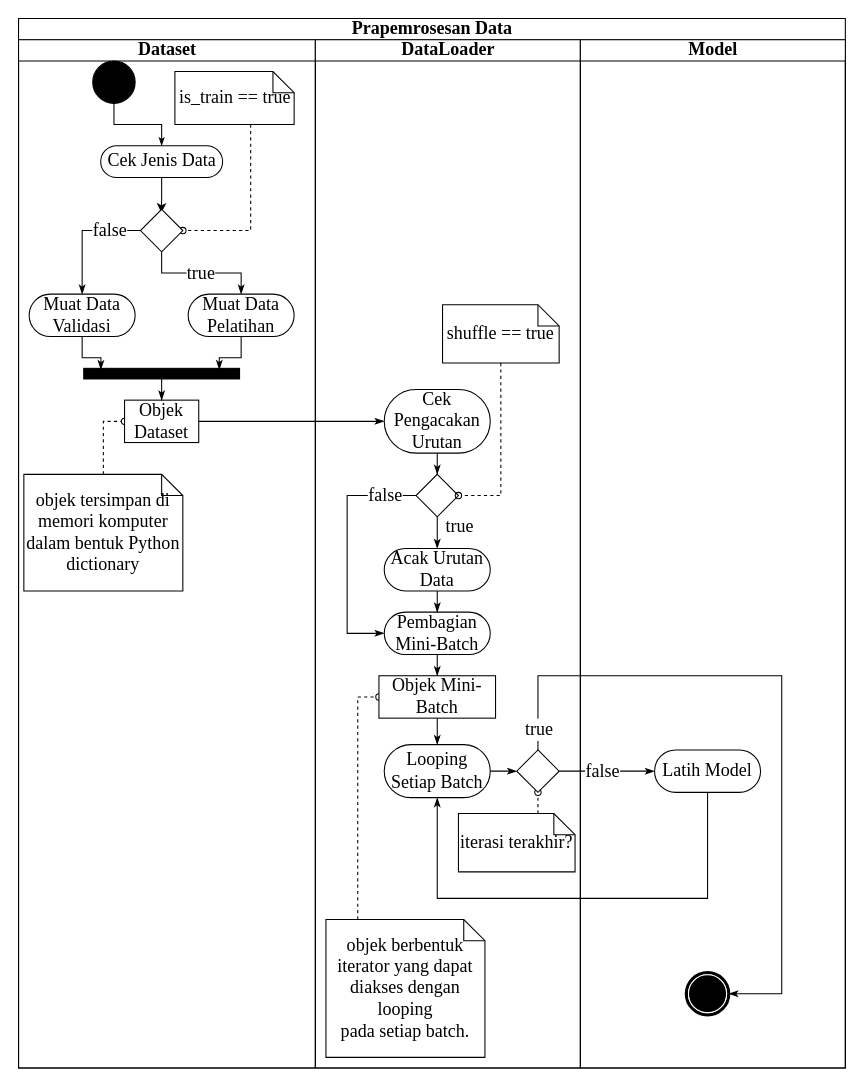
This is bab3/gambar/act_diagram.drawio from denilson020898/skripsi, a draw.io file, before an edit. Source tidied: cells renumbered, new cells numbered last; positions are measured from the earlier drawing's top-left corner, leaving out a move shared by most shapes. Both pictures are drawn from the tidied source at 106%, with x=0, y=0 at pixel (18, 18).
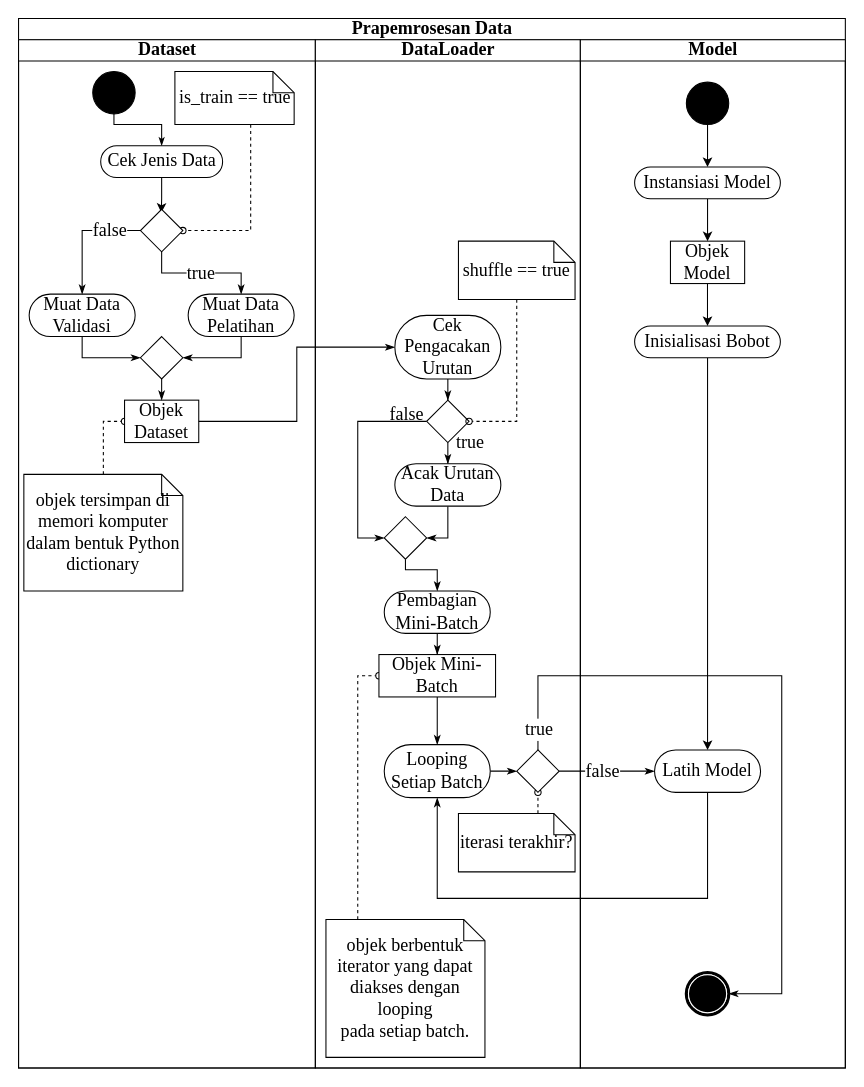
After the change.

The change refers to these unchanged cells:
```xml
<mxCell id="2" value="Prapemrosesan Data" style="swimlane;html=1;startSize=20;rounded=0;shadow=0;comic=0;labelBackgroundColor=none;strokeWidth=1;fontFamily=Times New Roman;fontSize=17;align=center;" parent="1" vertex="1">
  <mxGeometry width="780" height="990" as="geometry" />
</mxCell>
<mxCell id="3" value="Dataset" style="swimlane;html=1;startSize=20;fontFamily=Times New Roman;fontSize=17;" parent="2" vertex="1">
  <mxGeometry y="20" width="280" height="970" as="geometry" />
</mxCell>
<mxCell id="5" value="Muat Data Validasi" style="rounded=1;whiteSpace=wrap;html=1;shadow=0;comic=0;labelBackgroundColor=none;strokeWidth=1;fontFamily=Times New Roman;fontSize=17;align=center;arcSize=50;" parent="3" vertex="1">
  <mxGeometry x="10" y="240" width="100" height="40" as="geometry" />
</mxCell>
<mxCell id="12" value="Objek Dataset" style="rounded=0;whiteSpace=wrap;html=1;shadow=0;comic=0;labelBackgroundColor=none;strokeWidth=1;fontFamily=Times New Roman;fontSize=17;align=center;arcSize=50;" parent="3" vertex="1">
  <mxGeometry x="100" y="340" width="70" height="40" as="geometry" />
</mxCell>
<mxCell id="21" value="Cek Jenis Data" style="rounded=1;whiteSpace=wrap;html=1;shadow=0;comic=0;labelBackgroundColor=none;strokeWidth=1;fontFamily=Times New Roman;fontSize=17;align=center;arcSize=50;" parent="3" vertex="1">
  <mxGeometry x="77.5" y="100" width="115" height="30" as="geometry" />
</mxCell>
<mxCell id="23" value="Muat Data Pelatihan" style="rounded=1;whiteSpace=wrap;html=1;shadow=0;comic=0;labelBackgroundColor=none;strokeWidth=1;fontFamily=Times New Roman;fontSize=17;align=center;arcSize=50;" parent="3" vertex="1">
  <mxGeometry x="160" y="240" width="100" height="40" as="geometry" />
</mxCell>
<mxCell id="24" value="DataLoader" style="swimlane;html=1;startSize=20;fontFamily=Times New Roman;fontSize=17;" parent="2" vertex="1">
  <mxGeometry x="280" y="20" width="250" height="970" as="geometry" />
</mxCell>
<mxCell id="29" value="&lt;div style=&quot;font-size: 17px;&quot;&gt;objek berbentuk iterator yang dapat diakses dengan looping&lt;/div&gt;&lt;div style=&quot;font-size: 17px;&quot;&gt;pada setiap batch.&lt;br style=&quot;font-size: 17px;&quot;&gt;&lt;/div&gt;" style="shape=note;whiteSpace=wrap;html=1;rounded=0;shadow=0;comic=0;labelBackgroundColor=none;strokeWidth=1;fontFamily=Times New Roman;fontSize=17;align=center;size=20;" parent="24" vertex="1">
  <mxGeometry x="10" y="830" width="150" height="130" as="geometry" />
</mxCell>
<mxCell id="31" style="edgeStyle=orthogonalEdgeStyle;rounded=0;jettySize=auto;html=1;endArrow=classicThin;endFill=1;fontFamily=Times New Roman;fontSize=17;" parent="24" edge="1" source="33" target="35">
  <mxGeometry relative="1" as="geometry" />
</mxCell>
<mxCell id="43" value="iterasi terakhir?" style="shape=note;whiteSpace=wrap;html=1;rounded=0;shadow=0;comic=0;labelBackgroundColor=none;strokeWidth=1;fontFamily=Times New Roman;fontSize=17;align=center;size=20;" parent="24" vertex="1">
  <mxGeometry x="135" y="730" width="110" height="55" as="geometry" />
</mxCell>
<mxCell id="44" style="rhombus;whiteSpace=wrap;html=1;fontFamily=Times New Roman;fontSize=17;" parent="24" vertex="1">
  <mxGeometry x="190" y="670" width="40" height="40" as="geometry" />
</mxCell>
<mxCell id="52" value="Model" style="swimlane;html=1;startSize=20;fontFamily=Times New Roman;fontSize=17;" parent="2" vertex="1">
  <mxGeometry x="530" y="20" width="250" height="970" as="geometry" />
</mxCell>
<mxCell id="53" value="Latih Model" style="rounded=1;whiteSpace=wrap;html=1;shadow=0;comic=0;labelBackgroundColor=none;strokeWidth=1;fontFamily=Times New Roman;fontSize=17;align=center;arcSize=50;" parent="52" vertex="1">
  <mxGeometry x="70" y="670" width="100" height="40" as="geometry" />
</mxCell>
<mxCell id="54" style="shape=mxgraph.bpmn.shape;html=1;verticalLabelPosition=bottom;labelBackgroundColor=#ffffff;verticalAlign=top;perimeter=ellipsePerimeter;outline=end;symbol=terminate;rounded=0;shadow=0;comic=0;strokeWidth=1;fontFamily=Times New Roman;fontSize=17;align=center;" parent="52" vertex="1">
  <mxGeometry x="100" y="880" width="40" height="40" as="geometry" />
</mxCell>
```

The edit, as a diff of the source:
```diff
@@
-    <mxCell id="4" style="edgeStyle=orthogonalEdgeStyle;rounded=0;jettySize=auto;html=1;entryX=0.11;entryY=0.124;entryDx=0;entryDy=0;entryPerimeter=0;endArrow=classicThin;endFill=1;fontFamily=Times New Roman;fontSize=17;" parent="3" edge="1" source="5" target="19">
-      <mxGeometry relative="1" as="geometry" />
-    </mxCell>
+    <mxCell id="56" style="edgeStyle=orthogonalEdgeStyle;rounded=0;jettySize=auto;html=1;entryX=0;entryY=0.5;entryDx=0;entryDy=0;endArrow=classicThin;endFill=1;fontFamily=Times New Roman;" parent="3" edge="1" source="5" target="57">
+      <mxGeometry relative="1" as="geometry">
+        <Array as="points">
+          <mxPoint x="60" y="300" />
+        </Array>
+      </mxGeometry>
+    </mxCell>
@@
     <mxCell id="7" style="edgeStyle=orthogonalEdgeStyle;rounded=0;html=1;labelBackgroundColor=none;startArrow=none;startFill=0;startSize=5;endArrow=classicThin;endFill=1;endSize=5;jettySize=auto;strokeWidth=1;fontFamily=Times New Roman;fontSize=17;" parent="3" edge="1" source="11" target="21">
-      <mxGeometry relative="1" as="geometry" />
+      <mxGeometry relative="1" as="geometry">
+        <Array as="points">
+          <mxPoint x="90" y="80" />
+          <mxPoint x="135" y="80" />
+        </Array>
+      </mxGeometry>
     </mxCell>
@@
     <mxCell id="11" style="ellipse;whiteSpace=wrap;html=1;rounded=0;shadow=0;comic=0;labelBackgroundColor=none;strokeWidth=1;fillColor=#000000;fontFamily=Times New Roman;fontSize=17;align=center;" parent="3" vertex="1">
-      <mxGeometry x="70" y="20" width="40" height="40" as="geometry" />
+      <mxGeometry x="70" y="30" width="40" height="40" as="geometry" />
     </mxCell>
+    <mxCell id="57" style="rhombus;whiteSpace=wrap;html=1;fontFamily=Times New Roman;fontSize=17;" parent="3" vertex="1">
+      <mxGeometry x="115" y="280" width="40" height="40" as="geometry" />
+    </mxCell>
@@
-    <mxCell id="18" style="edgeStyle=orthogonalEdgeStyle;rounded=0;jettySize=auto;html=1;entryX=0.5;entryY=0;entryDx=0;entryDy=0;endArrow=classicThin;endFill=1;fontFamily=Times New Roman;fontSize=17;" parent="3" edge="1" source="19" target="12">
-      <mxGeometry relative="1" as="geometry" />
+    <mxCell id="18" style="edgeStyle=orthogonalEdgeStyle;rounded=0;jettySize=auto;html=1;entryX=0.5;entryY=0;entryDx=0;entryDy=0;endArrow=classicThin;endFill=1;fontFamily=Times New Roman;fontSize=17;" parent="3" edge="1" target="12">
+      <mxGeometry relative="1" as="geometry">
+        <mxPoint x="135" y="320" as="sourcePoint" />
+      </mxGeometry>
     </mxCell>
-    <mxCell id="19" style="whiteSpace=wrap;html=1;rounded=0;shadow=0;comic=0;labelBackgroundColor=none;strokeWidth=1;fillColor=#000000;fontFamily=Times New Roman;fontSize=17;align=center;rotation=0;" parent="3" vertex="1">
-      <mxGeometry x="61.5" y="310" width="147" height="10" as="geometry" />
-    </mxCell>
-    <mxCell id="20" style="edgeStyle=orthogonalEdgeStyle;rounded=0;jettySize=auto;html=1;entryX=0.87;entryY=0.124;entryDx=0;entryDy=0;entryPerimeter=0;endArrow=classicThin;endFill=1;fontFamily=Times New Roman;fontSize=17;" parent="3" edge="1" source="23" target="19">
-      <mxGeometry relative="1" as="geometry" />
-    </mxCell>
@@
+    <mxCell id="58" style="edgeStyle=orthogonalEdgeStyle;rounded=0;jettySize=auto;html=1;entryX=1;entryY=0.5;entryDx=0;entryDy=0;endArrow=classicThin;endFill=1;fontFamily=Times New Roman;" parent="3" edge="1" source="23" target="57">
+      <mxGeometry relative="1" as="geometry">
+        <Array as="points">
+          <mxPoint x="210" y="300" />
+        </Array>
+      </mxGeometry>
+    </mxCell>
@@
+    <mxCell id="47" style="edgeStyle=orthogonalEdgeStyle;rounded=0;jettySize=auto;html=1;entryX=0;entryY=0.5;entryDx=0;entryDy=0;endArrow=classicThin;endFill=1;fontFamily=Times New Roman;fontSize=17;" parent="2" edge="1" source="12" target="30">
+      <mxGeometry relative="1" as="geometry" />
+    </mxCell>
+    <mxCell id="48" style="edgeStyle=orthogonalEdgeStyle;rounded=0;jettySize=auto;html=1;endArrow=classicThin;endFill=1;fontFamily=Times New Roman;fontSize=17;" parent="2" edge="1" source="44" target="53">
+      <mxGeometry relative="1" as="geometry" />
+    </mxCell>
+    <mxCell id="49" value="false" style="edgeLabel;html=1;align=center;verticalAlign=middle;fontFamily=Times New Roman;fontSize=17;" parent="48" vertex="1">
+      <mxGeometry x="-0.2" y="3" relative="1" as="geometry">
+        <mxPoint x="4" y="3" as="offset" />
+      </mxGeometry>
+    </mxCell>
+    <mxCell id="50" style="edgeStyle=orthogonalEdgeStyle;rounded=0;jettySize=auto;html=1;entryX=1;entryY=0.5;entryDx=0;entryDy=0;endArrow=classicThin;endFill=1;fontFamily=Times New Roman;fontSize=17;" parent="2" edge="1" source="44" target="54">
+      <mxGeometry relative="1" as="geometry">
+        <Array as="points">
+          <mxPoint x="490" y="620" />
+          <mxPoint x="720" y="620" />
+          <mxPoint x="720" y="920" />
+        </Array>
+      </mxGeometry>
+    </mxCell>
+    <mxCell id="51" value="true" style="edgeLabel;html=1;align=center;verticalAlign=middle;fontFamily=Times New Roman;fontSize=17;" parent="50" vertex="1">
+      <mxGeometry x="-0.9" y="-1" relative="1" as="geometry">
+        <mxPoint x="-1" y="12.5" as="offset" />
+      </mxGeometry>
+    </mxCell>
@@
     <mxCell id="27" style="edgeStyle=orthogonalEdgeStyle;rounded=0;jettySize=auto;html=1;entryX=0;entryY=0.5;entryDx=0;entryDy=0;endArrow=oval;endFill=0;dashed=1;fontFamily=Times New Roman;fontSize=17;" parent="24" edge="1" source="29" target="39">
       <mxGeometry relative="1" as="geometry">
         <Array as="points">
-          <mxPoint x="40" y="620" />
+          <mxPoint x="40" y="600" />
         </Array>
       </mxGeometry>
     </mxCell>
@@
+    <mxCell id="46" value="false" style="edgeLabel;html=1;align=center;verticalAlign=middle;fontFamily=Times New Roman;fontSize=17;" parent="24" vertex="1">
+      <mxGeometry x="81.5" y="350" as="geometry">
+        <mxPoint x="4" y="3" as="offset" />
+      </mxGeometry>
+    </mxCell>
@@
-    <mxCell id="30" value="Cek Pengacakan Urutan" style="rounded=1;whiteSpace=wrap;html=1;shadow=0;comic=0;labelBackgroundColor=none;strokeWidth=1;fontFamily=Times New Roman;fontSize=17;align=center;arcSize=50;" parent="24" vertex="1">
-      <mxGeometry x="65" y="330" width="100" height="60" as="geometry" />
-    </mxCell>
@@
     <mxCell id="32" value="true" style="edgeLabel;html=1;align=center;verticalAlign=middle;fontFamily=Times New Roman;fontSize=17;" parent="31" vertex="1">
       <mxGeometry x="0.49" relative="1" as="geometry">
-        <mxPoint x="20" y="-7.1" as="offset" />
+        <mxPoint x="20" y="-4.8" as="offset" />
       </mxGeometry>
     </mxCell>
+    <mxCell id="59" style="edgeStyle=orthogonalEdgeStyle;rounded=0;jettySize=auto;html=1;entryX=0.5;entryY=0;entryDx=0;entryDy=0;endArrow=classicThin;endFill=1;fontFamily=Times New Roman;" parent="24" edge="1" source="60" target="38">
+      <mxGeometry relative="1" as="geometry">
+        <Array as="points">
+          <mxPoint x="85" y="500" />
+          <mxPoint x="115" y="500" />
+        </Array>
+      </mxGeometry>
+    </mxCell>
+    <mxCell id="60" style="rhombus;whiteSpace=wrap;html=1;fontFamily=Times New Roman;fontSize=17;" parent="24" vertex="1">
+      <mxGeometry x="65" y="450" width="40" height="40" as="geometry" />
+    </mxCell>
+    <mxCell id="38" value="Pembagian Mini-Batch" style="rounded=1;whiteSpace=wrap;html=1;shadow=0;comic=0;labelBackgroundColor=none;strokeWidth=1;fontFamily=Times New Roman;fontSize=17;align=center;arcSize=50;" parent="24" vertex="1">
+      <mxGeometry x="65" y="520" width="100" height="40" as="geometry" />
+    </mxCell>
+    <mxCell id="61" style="edgeStyle=orthogonalEdgeStyle;rounded=0;jettySize=auto;html=1;entryX=1;entryY=0.5;entryDx=0;entryDy=0;endArrow=classicThin;endFill=1;fontFamily=Times New Roman;" parent="24" edge="1" source="35" target="60">
+      <mxGeometry relative="1" as="geometry" />
+    </mxCell>
+    <mxCell id="39" value="Objek Mini-Batch" style="rounded=0;whiteSpace=wrap;html=1;shadow=0;comic=0;labelBackgroundColor=none;strokeWidth=1;fontFamily=Times New Roman;fontSize=17;align=center;arcSize=50;" parent="24" vertex="1">
+      <mxGeometry x="60" y="580" width="110" height="40" as="geometry" />
+    </mxCell>
+    <mxCell id="35" value="Acak Urutan Data" style="rounded=1;whiteSpace=wrap;html=1;shadow=0;comic=0;labelBackgroundColor=none;strokeWidth=1;fontFamily=Times New Roman;fontSize=17;align=center;arcSize=50;" parent="24" vertex="1">
+      <mxGeometry x="75" y="400" width="100" height="40" as="geometry" />
+    </mxCell>
+    <mxCell id="62" style="edgeStyle=orthogonalEdgeStyle;rounded=0;jettySize=auto;html=1;endArrow=classicThin;endFill=1;fontFamily=Times New Roman;entryX=0;entryY=0.5;entryDx=0;entryDy=0;" parent="24" edge="1" source="33" target="60">
+      <mxGeometry relative="1" as="geometry">
+        <Array as="points">
+          <mxPoint x="40" y="360" />
+          <mxPoint x="40" y="470" />
+        </Array>
+      </mxGeometry>
+    </mxCell>
     <mxCell id="33" style="rhombus;whiteSpace=wrap;html=1;fontFamily=Times New Roman;fontSize=17;" parent="24" vertex="1">
-      <mxGeometry x="95" y="410" width="40" height="40" as="geometry" />
+      <mxGeometry x="105" y="340" width="40" height="40" as="geometry" />
     </mxCell>
-    <mxCell id="34" style="edgeStyle=orthogonalEdgeStyle;rounded=0;jettySize=auto;html=1;entryX=0.5;entryY=0;entryDx=0;entryDy=0;endArrow=classicThin;endFill=1;fontFamily=Times New Roman;fontSize=17;" parent="24" edge="1" source="35" target="38">
-      <mxGeometry relative="1" as="geometry" />
-    </mxCell>
-    <mxCell id="35" value="Acak Urutan Data" style="rounded=1;whiteSpace=wrap;html=1;shadow=0;comic=0;labelBackgroundColor=none;strokeWidth=1;fontFamily=Times New Roman;fontSize=17;align=center;arcSize=50;" parent="24" vertex="1">
-      <mxGeometry x="65" y="480" width="100" height="40" as="geometry" />
-    </mxCell>
+    <mxCell id="30" value="Cek Pengacakan Urutan" style="rounded=1;whiteSpace=wrap;html=1;shadow=0;comic=0;labelBackgroundColor=none;strokeWidth=1;fontFamily=Times New Roman;fontSize=17;align=center;arcSize=50;" parent="24" vertex="1">
+      <mxGeometry x="75" y="260" width="100" height="60" as="geometry" />
+    </mxCell>
@@
-    <mxCell id="38" value="Pembagian Mini-Batch" style="rounded=1;whiteSpace=wrap;html=1;shadow=0;comic=0;labelBackgroundColor=none;strokeWidth=1;fontFamily=Times New Roman;fontSize=17;align=center;arcSize=50;" parent="24" vertex="1">
-      <mxGeometry x="65" y="540" width="100" height="40" as="geometry" />
-    </mxCell>
-    <mxCell id="39" value="Objek Mini-Batch" style="rounded=0;whiteSpace=wrap;html=1;shadow=0;comic=0;labelBackgroundColor=none;strokeWidth=1;fontFamily=Times New Roman;fontSize=17;align=center;arcSize=50;" parent="24" vertex="1">
-      <mxGeometry x="60" y="600" width="110" height="40" as="geometry" />
-    </mxCell>
@@
+    <mxCell id="42" style="edgeStyle=orthogonalEdgeStyle;rounded=0;jettySize=auto;html=1;entryX=0.5;entryY=1;entryDx=0;entryDy=0;endArrow=oval;endFill=0;dashed=1;fontFamily=Times New Roman;fontSize=17;" parent="24" edge="1" source="43" target="44">
+      <mxGeometry relative="1" as="geometry">
+        <Array as="points">
+          <mxPoint x="210" y="710" />
+          <mxPoint x="210" y="710" />
+        </Array>
+      </mxGeometry>
+    </mxCell>
     <mxCell id="41" value="shuffle == true" style="shape=note;whiteSpace=wrap;html=1;rounded=0;shadow=0;comic=0;labelBackgroundColor=none;strokeWidth=1;fontFamily=Times New Roman;fontSize=17;align=center;size=20;" parent="24" vertex="1">
-      <mxGeometry x="120" y="250" width="110" height="55" as="geometry" />
+      <mxGeometry x="135" y="190" width="110" height="55" as="geometry" />
     </mxCell>
-    <mxCell id="42" style="edgeStyle=orthogonalEdgeStyle;rounded=0;jettySize=auto;html=1;entryX=0.5;entryY=1;entryDx=0;entryDy=0;endArrow=oval;endFill=0;dashed=1;fontFamily=Times New Roman;fontSize=17;" parent="24" edge="1" source="43" target="44">
-      <mxGeometry relative="1" as="geometry">
-        <Array as="points">
-          <mxPoint x="210" y="710" />
-          <mxPoint x="210" y="710" />
-        </Array>
-      </mxGeometry>
-    </mxCell>
@@
-    <mxCell id="45" style="edgeStyle=orthogonalEdgeStyle;rounded=0;jettySize=auto;html=1;endArrow=classicThin;endFill=1;fontFamily=Times New Roman;fontSize=17;entryX=0;entryY=0.5;entryDx=0;entryDy=0;" parent="24" edge="1" source="33" target="38">
-      <mxGeometry relative="1" as="geometry">
-        <Array as="points">
-          <mxPoint x="30" y="430" />
-          <mxPoint x="30" y="560" />
-        </Array>
-      </mxGeometry>
-    </mxCell>
-    <mxCell id="46" value="false" style="edgeLabel;html=1;align=center;verticalAlign=middle;fontSize=17;fontFamily=Times New Roman;" parent="45" vertex="1">
-      <mxGeometry x="-0.85" y="-2" relative="1" as="geometry">
-        <mxPoint x="-13" y="2" as="offset" />
-      </mxGeometry>
-    </mxCell>
-    <mxCell id="47" style="edgeStyle=orthogonalEdgeStyle;rounded=0;jettySize=auto;html=1;entryX=0;entryY=0.5;entryDx=0;entryDy=0;endArrow=classicThin;endFill=1;fontFamily=Times New Roman;fontSize=17;" parent="2" edge="1" source="12" target="30">
-      <mxGeometry relative="1" as="geometry" />
-    </mxCell>
-    <mxCell id="48" style="edgeStyle=orthogonalEdgeStyle;rounded=0;jettySize=auto;html=1;endArrow=classicThin;endFill=1;fontFamily=Times New Roman;fontSize=17;" parent="2" edge="1" source="44" target="53">
-      <mxGeometry relative="1" as="geometry" />
-    </mxCell>
-    <mxCell id="49" value="false" style="edgeLabel;html=1;align=center;verticalAlign=middle;fontFamily=Times New Roman;fontSize=17;" parent="48" vertex="1">
-      <mxGeometry x="-0.2" y="3" relative="1" as="geometry">
-        <mxPoint x="4" y="3" as="offset" />
-      </mxGeometry>
-    </mxCell>
-    <mxCell id="50" style="edgeStyle=orthogonalEdgeStyle;rounded=0;jettySize=auto;html=1;entryX=1;entryY=0.5;entryDx=0;entryDy=0;endArrow=classicThin;endFill=1;fontFamily=Times New Roman;fontSize=17;" parent="2" edge="1" source="44" target="54">
-      <mxGeometry relative="1" as="geometry">
-        <Array as="points">
-          <mxPoint x="490" y="620" />
-          <mxPoint x="720" y="620" />
-          <mxPoint x="720" y="920" />
-        </Array>
-      </mxGeometry>
-    </mxCell>
-    <mxCell id="51" value="true" style="edgeLabel;html=1;align=center;verticalAlign=middle;fontFamily=Times New Roman;fontSize=17;" parent="50" vertex="1">
-      <mxGeometry x="-0.9" y="-1" relative="1" as="geometry">
-        <mxPoint x="-1" y="12.5" as="offset" />
-      </mxGeometry>
-    </mxCell>
@@
+    <mxCell id="63" style="edgeStyle=orthogonalEdgeStyle;rounded=0;jettySize=auto;html=1;entryX=0.5;entryY=0;entryDx=0;entryDy=0;" parent="52" edge="1" source="64" target="70">
+      <mxGeometry relative="1" as="geometry" />
+    </mxCell>
+    <mxCell id="64" value="Objek Model" style="rounded=0;whiteSpace=wrap;html=1;shadow=0;comic=0;labelBackgroundColor=none;strokeWidth=1;fontFamily=Times New Roman;fontSize=17;align=center;arcSize=50;" parent="52" vertex="1">
+      <mxGeometry x="85" y="190" width="70" height="40" as="geometry" />
+    </mxCell>
@@
+    <mxCell id="65" style="edgeStyle=orthogonalEdgeStyle;rounded=0;jettySize=auto;html=1;entryX=0.5;entryY=0;entryDx=0;entryDy=0;" parent="52" edge="1" source="66" target="68">
+      <mxGeometry relative="1" as="geometry" />
+    </mxCell>
+    <mxCell id="66" style="ellipse;whiteSpace=wrap;html=1;rounded=0;shadow=0;comic=0;labelBackgroundColor=none;strokeWidth=1;fillColor=#000000;fontFamily=Times New Roman;fontSize=17;align=center;" parent="52" vertex="1">
+      <mxGeometry x="100" y="40" width="40" height="40" as="geometry" />
+    </mxCell>
+    <mxCell id="67" style="edgeStyle=orthogonalEdgeStyle;rounded=0;jettySize=auto;html=1;" parent="52" edge="1" source="68" target="64">
+      <mxGeometry relative="1" as="geometry" />
+    </mxCell>
+    <mxCell id="68" value="Instansiasi Model" style="rounded=1;whiteSpace=wrap;html=1;shadow=0;comic=0;labelBackgroundColor=none;strokeWidth=1;fontFamily=Times New Roman;fontSize=17;align=center;arcSize=50;" parent="52" vertex="1">
+      <mxGeometry x="51.2" y="120" width="137.5" height="30" as="geometry" />
+    </mxCell>
+    <mxCell id="69" style="edgeStyle=orthogonalEdgeStyle;rounded=0;jettySize=auto;html=1;" parent="52" edge="1" source="70" target="53">
+      <mxGeometry relative="1" as="geometry" />
+    </mxCell>
+    <mxCell id="70" value="Inisialisasi Bobot" style="rounded=1;whiteSpace=wrap;html=1;shadow=0;comic=0;labelBackgroundColor=none;strokeWidth=1;fontFamily=Times New Roman;fontSize=17;align=center;arcSize=50;" parent="52" vertex="1">
+      <mxGeometry x="51.2" y="270" width="137.5" height="30" as="geometry" />
+    </mxCell>
```
